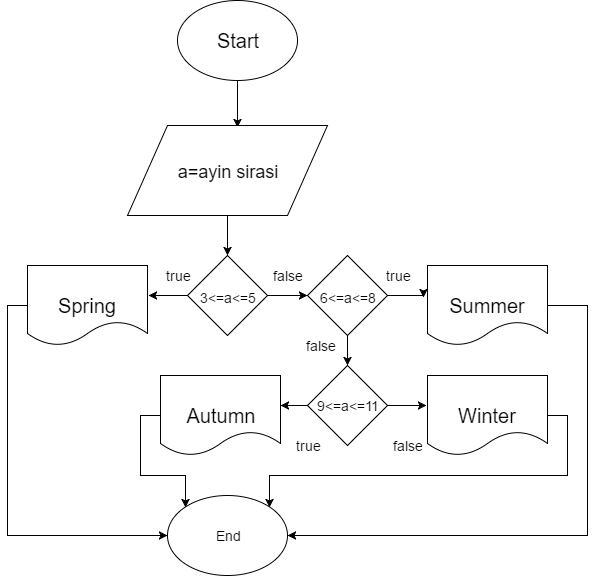
This is second.png from LiM10/25.01.2017, a draw.io export, as it was before one commit. Source tidied: cells renumbered, new cells last; positions are measured from the earlier drawing's top-left corner, leaving out a move shared by most shapes.
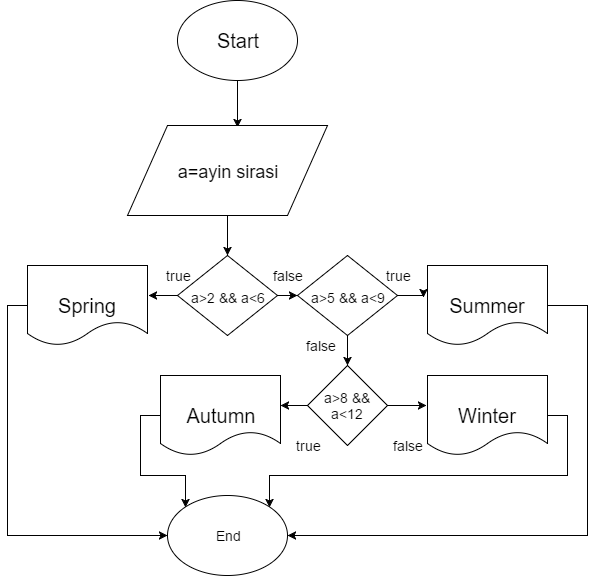
The same file after the commit.

Change to the diagram source:
```diff
@@ -20,8 +20,8 @@
     <mxCell id="7" style="edgeStyle=orthogonalEdgeStyle;rounded=0;html=1;exitX=1;exitY=0.5;entryX=0;entryY=0.5;jettySize=auto;fontSize=20;" parent="1" edge="1" source="8" target="19">
       <mxGeometry relative="1" as="geometry" />
     </mxCell>
-    <mxCell id="8" value="&lt;font style=&quot;font-size: 14px&quot;&gt;3&amp;lt;=a&amp;lt;=5&lt;/font&gt;" style="rhombus;whiteSpace=wrap;html=1;fontSize=20;" parent="1" vertex="1">
-      <mxGeometry x="160" y="255" width="80" height="80" as="geometry" />
+    <mxCell id="8" value="&lt;font style=&quot;font-size: 14px&quot;&gt;a&amp;gt;2 &amp;amp;&amp;amp; a&amp;lt;6&lt;/font&gt;" style="rhombus;whiteSpace=wrap;html=1;fontSize=20;" parent="1" vertex="1">
+      <mxGeometry x="150" y="255" width="100" height="80" as="geometry" />
     </mxCell>
     <mxCell id="9" style="edgeStyle=orthogonalEdgeStyle;rounded=0;html=1;exitX=0;exitY=0.5;entryX=0;entryY=0.5;jettySize=auto;fontSize=14;" parent="1" edge="1" source="10" target="30">
       <mxGeometry relative="1" as="geometry" />
@@ -58,8 +58,8 @@
     <mxCell id="18" style="edgeStyle=orthogonalEdgeStyle;rounded=0;html=1;exitX=1;exitY=0.5;entryX=-0.033;entryY=0.4;entryPerimeter=0;jettySize=auto;fontSize=14;" parent="1" edge="1" source="19" target="16">
       <mxGeometry relative="1" as="geometry" />
     </mxCell>
-    <mxCell id="19" value="&lt;span style=&quot;font-size: 14px&quot;&gt;6&amp;lt;=a&amp;lt;=8&lt;/span&gt;" style="rhombus;whiteSpace=wrap;html=1;fontSize=20;" parent="1" vertex="1">
-      <mxGeometry x="280" y="255" width="80" height="80" as="geometry" />
+    <mxCell id="19" value="&lt;span style=&quot;font-size: 14px&quot;&gt;a&amp;gt;5 &amp;amp;&amp;amp; a&amp;lt;9&lt;/span&gt;" style="rhombus;whiteSpace=wrap;html=1;fontSize=20;" parent="1" vertex="1">
+      <mxGeometry x="270" y="255" width="100" height="80" as="geometry" />
     </mxCell>
     <mxCell id="20" style="edgeStyle=orthogonalEdgeStyle;rounded=0;html=1;exitX=0;exitY=0.5;entryX=1;entryY=0.375;entryPerimeter=0;jettySize=auto;fontSize=14;" parent="1" edge="1" source="22" target="14">
       <mxGeometry relative="1" as="geometry" />
@@ -67,7 +67,7 @@
     <mxCell id="21" style="edgeStyle=orthogonalEdgeStyle;rounded=0;html=1;exitX=1;exitY=0.5;entryX=-0.008;entryY=0.375;entryPerimeter=0;jettySize=auto;fontSize=14;" parent="1" edge="1" source="22" target="12">
       <mxGeometry relative="1" as="geometry" />
     </mxCell>
-    <mxCell id="22" value="9&amp;lt;=a&amp;lt;=11" style="rhombus;whiteSpace=wrap;html=1;fontSize=14;" parent="1" vertex="1">
+    <mxCell id="22" value="a&amp;gt;8 &amp;amp;&amp;amp; a&amp;lt;12" style="rhombus;whiteSpace=wrap;html=1;fontSize=14;" parent="1" vertex="1">
       <mxGeometry x="280" y="365" width="80" height="80" as="geometry" />
     </mxCell>
     <mxCell id="23" value="false" style="text;html=1;strokeColor=none;fillColor=none;align=center;verticalAlign=middle;whiteSpace=wrap;fontSize=14;" parent="1" vertex="1">
```
